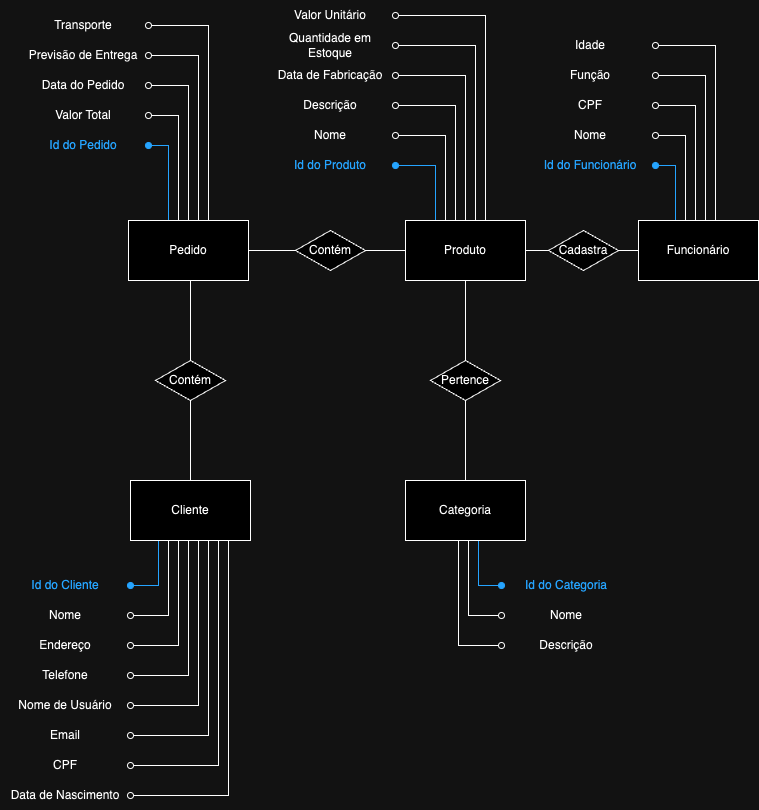
This is Diagramas/modelo-conceitual.png from rafaelabeber/serratec-BD-g1, a draw.io export, as it was before one commit. Source tidied: cells renumbered, new cells last; positions are measured from the earlier drawing's top-left corner, leaving out a move shared by most shapes.
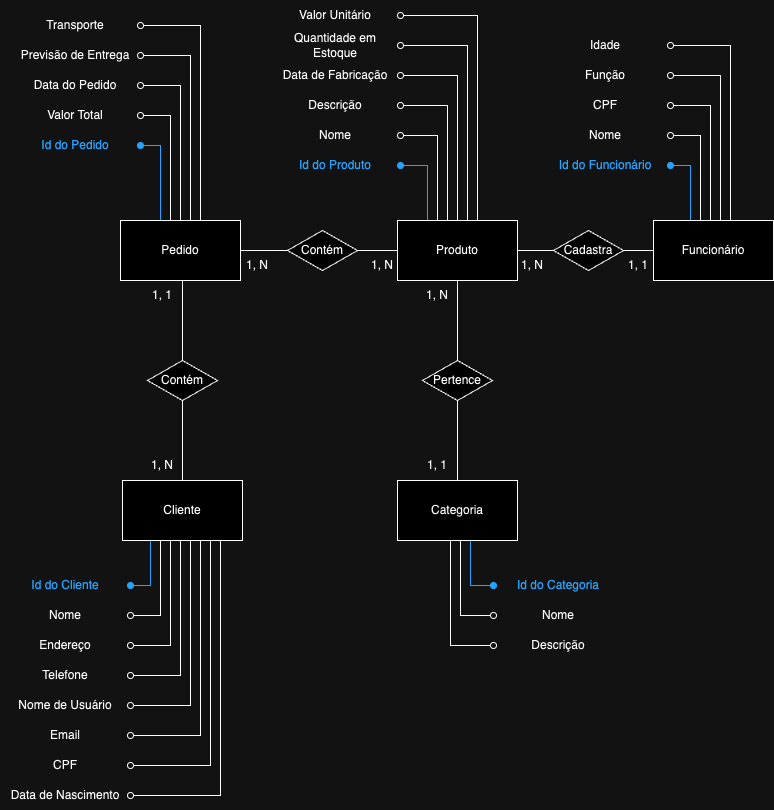
Later version of the same file.

Commit message:
Corrigindo cardinalidade no modelo conceitual

What changed in the source:
```diff
@@ -64,40 +64,40 @@
     <mxCell id="11" style="edgeStyle=orthogonalEdgeStyle;rounded=0;jettySize=auto;html=1;entryX=1;entryY=0.5;entryDx=0;entryDy=0;endArrow=oval;endFill=1;strokeColor=#007FFF;" parent="1" edge="1" source="16" target="56">
       <mxGeometry relative="1" as="geometry">
         <Array as="points">
-          <mxPoint x="675" y="165" />
+          <mxPoint x="698" y="165" />
         </Array>
       </mxGeometry>
     </mxCell>
     <mxCell id="12" style="edgeStyle=orthogonalEdgeStyle;rounded=0;jettySize=auto;html=1;entryX=1;entryY=0.5;entryDx=0;entryDy=0;endArrow=oval;endFill=0;" parent="1" edge="1" source="16" target="54">
       <mxGeometry relative="1" as="geometry">
         <Array as="points">
-          <mxPoint x="685" y="135" />
+          <mxPoint x="708" y="135" />
         </Array>
       </mxGeometry>
     </mxCell>
     <mxCell id="13" style="edgeStyle=orthogonalEdgeStyle;rounded=0;jettySize=auto;html=1;entryX=1;entryY=0.5;entryDx=0;entryDy=0;endArrow=oval;endFill=0;" parent="1" edge="1" source="16" target="55">
       <mxGeometry relative="1" as="geometry">
         <Array as="points">
-          <mxPoint x="695" y="105" />
+          <mxPoint x="718" y="105" />
         </Array>
       </mxGeometry>
     </mxCell>
     <mxCell id="14" style="edgeStyle=orthogonalEdgeStyle;rounded=0;jettySize=auto;html=1;entryX=1;entryY=0.5;entryDx=0;entryDy=0;endArrow=oval;endFill=0;" parent="1" edge="1" source="16" target="57">
       <mxGeometry relative="1" as="geometry">
         <Array as="points">
-          <mxPoint x="705" y="75" />
+          <mxPoint x="728" y="75" />
         </Array>
       </mxGeometry>
     </mxCell>
     <mxCell id="15" style="edgeStyle=orthogonalEdgeStyle;rounded=0;jettySize=auto;html=1;entryX=1;entryY=0.5;entryDx=0;entryDy=0;endArrow=oval;endFill=0;" parent="1" edge="1" source="16" target="58">
       <mxGeometry relative="1" as="geometry">
         <Array as="points">
-          <mxPoint x="715" y="45" />
+          <mxPoint x="738" y="45" />
         </Array>
       </mxGeometry>
     </mxCell>
     <mxCell id="16" value="Funcionário" style="rounded=0;whiteSpace=wrap;html=1;" parent="1" vertex="1">
-      <mxGeometry x="638" y="220" width="120" height="60" as="geometry" />
+      <mxGeometry x="661" y="220" width="120" height="60" as="geometry" />
     </mxCell>
     <mxCell id="17" style="edgeStyle=orthogonalEdgeStyle;rounded=0;jettySize=auto;html=1;endArrow=none;endFill=0;" parent="1" edge="1" source="39" target="10">
       <mxGeometry relative="1" as="geometry" />
@@ -244,7 +244,7 @@
       <mxGeometry relative="1" as="geometry" />
     </mxCell>
     <mxCell id="43" value="Cadastra" style="shape=rhombus;perimeter=rhombusPerimeter;whiteSpace=wrap;html=1;align=center;" parent="1" vertex="1">
-      <mxGeometry x="548" y="230" width="70" height="40" as="geometry" />
+      <mxGeometry x="561" y="230" width="70" height="40" as="geometry" />
     </mxCell>
     <mxCell id="44" style="edgeStyle=orthogonalEdgeStyle;rounded=0;jettySize=auto;html=1;endArrow=none;endFill=0;" parent="1" edge="1" source="32" target="45">
       <mxGeometry relative="1" as="geometry" />
@@ -253,7 +253,7 @@
       <mxGeometry x="295" y="230" width="70" height="40" as="geometry" />
     </mxCell>
     <mxCell id="46" style="group;" parent="1" vertex="1">
-      <mxGeometry x="265" width="130" height="180" as="geometry" />
+      <mxGeometry x="278" width="130" height="180" as="geometry" />
     </mxCell>
     <mxCell id="47" value="Nome" style="text;html=1;align=center;verticalAlign=middle;whiteSpace=wrap;rounded=0;" parent="46" vertex="1">
       <mxGeometry y="120" width="130" height="30" as="geometry" />
@@ -274,7 +274,7 @@
       <mxGeometry y="150" width="130" height="30" as="geometry" />
     </mxCell>
     <mxCell id="53" style="group;" parent="1" vertex="1">
-      <mxGeometry x="525" y="30" width="130" height="150" as="geometry" />
+      <mxGeometry x="548" y="30" width="130" height="150" as="geometry" />
     </mxCell>
     <mxCell id="54" value="Nome" style="text;html=1;align=center;verticalAlign=middle;whiteSpace=wrap;rounded=0;" parent="53" vertex="1">
       <mxGeometry y="90" width="130" height="30" as="geometry" />
@@ -292,7 +292,7 @@
       <mxGeometry width="130" height="30" as="geometry" />
     </mxCell>
     <mxCell id="59" style="group;" parent="1" vertex="1">
-      <mxGeometry y="570" width="130" height="240" as="geometry" />
+      <mxGeometry x="8" y="570" width="130" height="240" as="geometry" />
     </mxCell>
     <mxCell id="60" value="Nome de Usuário" style="text;html=1;align=center;verticalAlign=middle;whiteSpace=wrap;rounded=0;" parent="59" vertex="1">
       <mxGeometry y="120" width="130" height="30" as="geometry" />
@@ -348,5 +348,29 @@
     <mxCell id="77" value="Previsão de Entrega" style="text;html=1;align=center;verticalAlign=middle;whiteSpace=wrap;rounded=0;" parent="72" vertex="1">
       <mxGeometry y="30" width="130" height="30" as="geometry" />
     </mxCell>
+    <mxCell id="78" value="1, N" style="text;html=1;align=center;verticalAlign=middle;whiteSpace=wrap;rounded=0;" parent="1" vertex="1">
+      <mxGeometry x="155" y="450" width="30" height="30" as="geometry" />
+    </mxCell>
+    <mxCell id="79" value="1, 1" style="text;html=1;align=center;verticalAlign=middle;whiteSpace=wrap;rounded=0;" parent="1" vertex="1">
+      <mxGeometry x="155" y="280" width="30" height="30" as="geometry" />
+    </mxCell>
+    <mxCell id="80" value="1, N" style="text;html=1;align=center;verticalAlign=middle;whiteSpace=wrap;rounded=0;" parent="1" vertex="1">
+      <mxGeometry x="250" y="250" width="30" height="30" as="geometry" />
+    </mxCell>
+    <mxCell id="81" value="1, N" style="text;html=1;align=center;verticalAlign=middle;whiteSpace=wrap;rounded=0;" parent="1" vertex="1">
+      <mxGeometry x="375" y="250" width="30" height="30" as="geometry" />
+    </mxCell>
+    <mxCell id="82" value="1, 1" style="text;html=1;align=center;verticalAlign=middle;whiteSpace=wrap;rounded=0;" parent="1" vertex="1">
+      <mxGeometry x="631" y="250" width="30" height="30" as="geometry" />
+    </mxCell>
+    <mxCell id="83" value="1, N" style="text;html=1;align=center;verticalAlign=middle;whiteSpace=wrap;rounded=0;" parent="1" vertex="1">
+      <mxGeometry x="525" y="250" width="30" height="30" as="geometry" />
+    </mxCell>
+    <mxCell id="84" value="1, 1" style="text;html=1;align=center;verticalAlign=middle;whiteSpace=wrap;rounded=0;" parent="1" vertex="1">
+      <mxGeometry x="430" y="450" width="30" height="30" as="geometry" />
+    </mxCell>
+    <mxCell id="85" value="1, N" style="text;html=1;align=center;verticalAlign=middle;whiteSpace=wrap;rounded=0;" parent="1" vertex="1">
+      <mxGeometry x="430" y="280" width="30" height="30" as="geometry" />
+    </mxCell>
   </root>
 </mxGraphModel>
```
